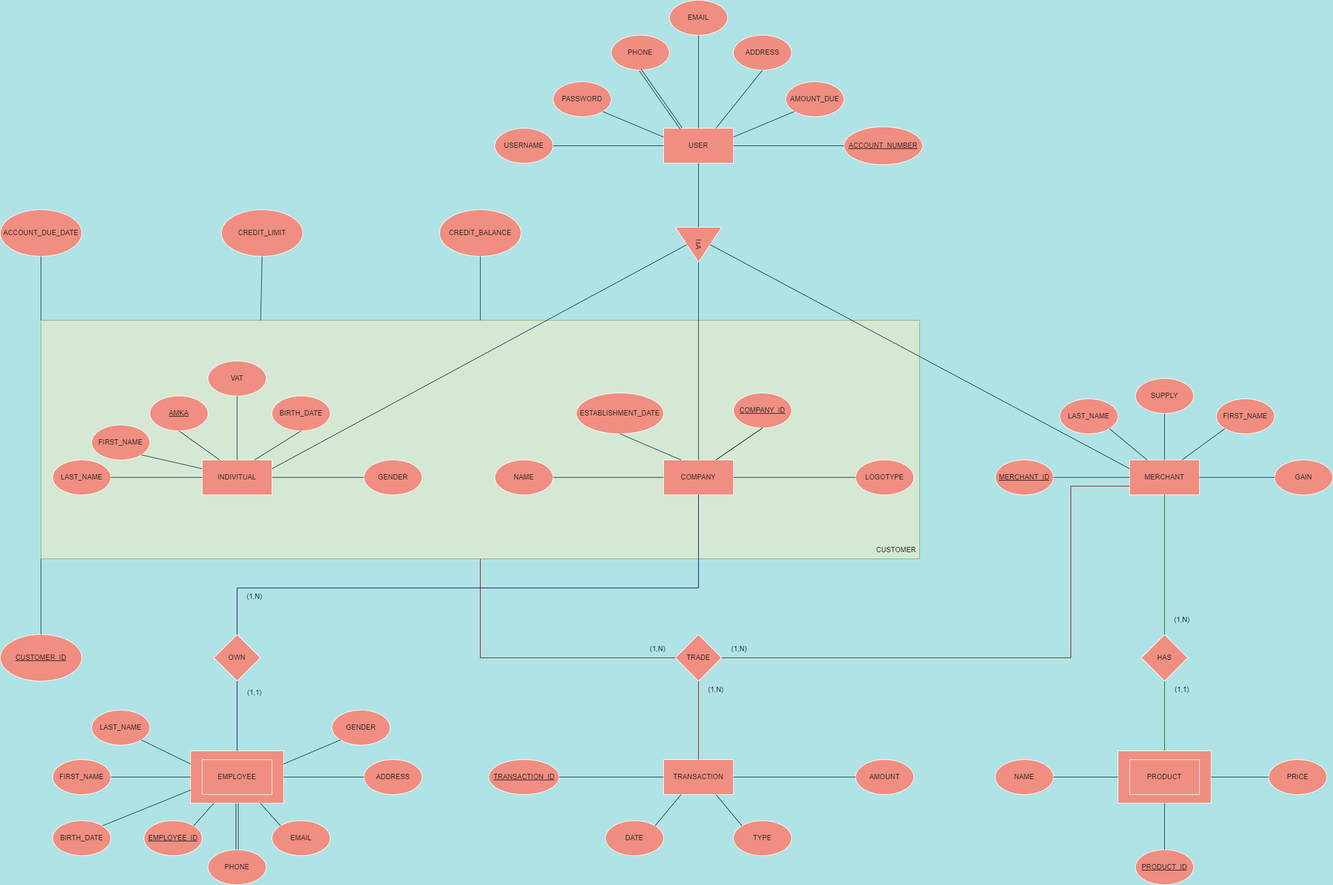
The draw.io diagram ERDiagram/diagram.png in StefVei/CCC, before a commit. Source tidied: cells renumbered, new cells last; positions are measured from the earlier drawing's top-left corner, leaving out a move shared by most shapes.
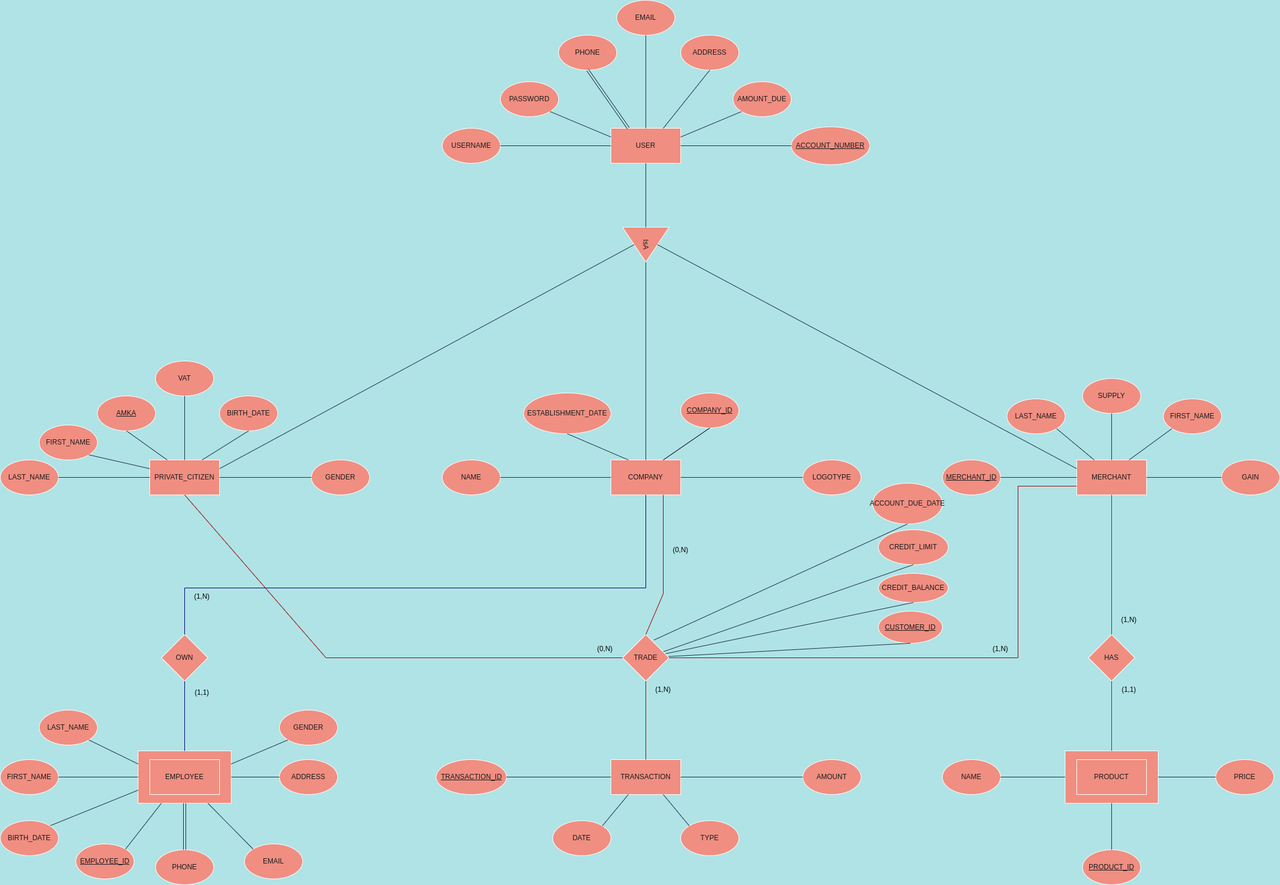
Above is the later version.

Commit message:
remove customer abstract entity

The edit, as a diff of the source:
```diff
@@ -2,13 +2,10 @@
   <root>
     <mxCell id="0" />
     <mxCell id="1" parent="0" />
-    <mxCell id="2" style="rounded=0;whiteSpace=wrap;html=1;fillColor=#d5e8d4;strokeColor=#82b366;" parent="1" vertex="1">
-      <mxGeometry x="70" y="550" width="1510" height="410" as="geometry" />
-    </mxCell>
     <mxCell id="3" value="USER" style="rounded=0;whiteSpace=wrap;html=1;fillColor=#F08E81;strokeColor=#FFFFFF;fontColor=#1A1A1A;" parent="1" vertex="1">
       <mxGeometry x="1140" y="220" width="120" height="60" as="geometry" />
     </mxCell>
-    <mxCell id="4" value="INDIVITUAL" style="rounded=0;whiteSpace=wrap;html=1;fillColor=#F08E81;strokeColor=#FFFFFF;fontColor=#1A1A1A;" parent="1" vertex="1">
+    <mxCell id="4" value="PRIVATE_CITIZEN" style="rounded=0;whiteSpace=wrap;html=1;fillColor=#F08E81;strokeColor=#FFFFFF;fontColor=#1A1A1A;" parent="1" vertex="1">
       <mxGeometry x="347" y="790" width="120" height="60" as="geometry" />
     </mxCell>
     <mxCell id="5" value="COMPANY" style="rounded=0;whiteSpace=wrap;html=1;fillColor=#F08E81;strokeColor=#FFFFFF;fontColor=#1A1A1A;" parent="1" vertex="1">
@@ -33,7 +30,7 @@
       <mxGeometry x="90" y="790" width="100" height="60" as="geometry" />
     </mxCell>
     <mxCell id="12" value="ACCOUNT_DUE_DATE" style="ellipse;whiteSpace=wrap;html=1;fillColor=#F08E81;strokeColor=#FFFFFF;fontColor=#1A1A1A;" parent="1" vertex="1">
-      <mxGeometry y="360" width="140" height="80" as="geometry" />
+      <mxGeometry x="1590" y="830" width="120" height="70" as="geometry" />
     </mxCell>
     <mxCell id="13" value="&lt;u&gt;ACCOUNT_NUMBER&lt;/u&gt;" style="ellipse;whiteSpace=wrap;html=1;fillColor=#F08E81;strokeColor=#FFFFFF;fontColor=#1A1A1A;" parent="1" vertex="1">
       <mxGeometry x="1450" y="217.5" width="135" height="65" as="geometry" />
@@ -51,7 +48,7 @@
       <mxGeometry x="90" y="1305" width="100" height="60" as="geometry" />
     </mxCell>
     <mxCell id="18" value="&lt;u&gt;EMPLOYEE_ID&lt;/u&gt;" style="ellipse;whiteSpace=wrap;html=1;fillColor=#F08E81;strokeColor=#FFFFFF;fontColor=#1A1A1A;" parent="1" vertex="1">
-      <mxGeometry x="247" y="1410" width="100" height="60" as="geometry" />
+      <mxGeometry x="220" y="1450" width="100" height="60" as="geometry" />
     </mxCell>
     <mxCell id="19" value="PHONE" style="ellipse;whiteSpace=wrap;html=1;fillColor=#F08E81;strokeColor=#FFFFFF;fontColor=#1A1A1A;" parent="1" vertex="1">
       <mxGeometry x="1050" y="60" width="100" height="60" as="geometry" />
@@ -140,9 +137,6 @@
     <mxCell id="47" style="endArrow=none;html=1;rounded=0;entryX=1;entryY=0.5;entryDx=0;entryDy=0;exitX=0;exitY=0.5;exitDx=0;exitDy=0;labelBackgroundColor=#B0E3E6;strokeColor=#182E3E;fontColor=#1A1A1A;" parent="1" edge="1" source="5" target="15">
       <mxGeometry relative="1" as="geometry" />
     </mxCell>
-    <mxCell id="48" value="CUSTOMER" style="text;html=1;strokeColor=none;fillColor=none;align=center;verticalAlign=middle;whiteSpace=wrap;rounded=0;fontColor=#1A1A1A;" parent="1" vertex="1">
-      <mxGeometry x="1510" y="930" width="60" height="30" as="geometry" />
-    </mxCell>
     <mxCell id="49" style="endArrow=none;html=1;rounded=0;entryX=0;entryY=0.5;entryDx=0;entryDy=0;exitX=1;exitY=0.5;exitDx=0;exitDy=0;labelBackgroundColor=#B0E3E6;strokeColor=#182E3E;fontColor=#1A1A1A;" parent="1" edge="1" source="3" target="13">
       <mxGeometry relative="1" as="geometry" />
     </mxCell>
@@ -150,24 +144,24 @@
       <mxGeometry relative="1" as="geometry" />
     </mxCell>
     <mxCell id="51" value="&lt;u&gt;CUSTOMER_ID&lt;/u&gt;" style="ellipse;whiteSpace=wrap;html=1;fillColor=#F08E81;strokeColor=#FFFFFF;fontColor=#1A1A1A;" parent="1" vertex="1">
-      <mxGeometry y="1090" width="140" height="80" as="geometry" />
+      <mxGeometry x="1600" y="1050" width="110" height="55" as="geometry" />
     </mxCell>
     <mxCell id="52" value="CREDIT_LIMIT" style="ellipse;whiteSpace=wrap;html=1;fillColor=#F08E81;strokeColor=#FFFFFF;fontColor=#1A1A1A;" parent="1" vertex="1">
-      <mxGeometry x="380" y="360" width="140" height="80" as="geometry" />
+      <mxGeometry x="1600" y="910" width="120" height="60" as="geometry" />
     </mxCell>
     <mxCell id="53" value="CREDIT_BALANCE" style="ellipse;whiteSpace=wrap;html=1;fillColor=#F08E81;strokeColor=#FFFFFF;fontColor=#1A1A1A;" parent="1" vertex="1">
-      <mxGeometry x="755" y="360" width="140" height="80" as="geometry" />
+      <mxGeometry x="1600" y="985" width="120" height="50" as="geometry" />
     </mxCell>
-    <mxCell id="54" style="endArrow=none;html=1;rounded=0;entryX=0.5;entryY=0;entryDx=0;entryDy=0;labelBackgroundColor=#B0E3E6;strokeColor=#182E3E;fontColor=#1A1A1A;exitX=0;exitY=1;exitDx=0;exitDy=0;" parent="1" edge="1" source="2" target="51">
+    <mxCell id="54" style="endArrow=none;html=1;rounded=0;entryX=0.5;entryY=1;entryDx=0;entryDy=0;labelBackgroundColor=#B0E3E6;strokeColor=#182E3E;fontColor=#1A1A1A;" parent="1" edge="1" source="84" target="51">
       <mxGeometry relative="1" as="geometry" />
     </mxCell>
-    <mxCell id="55" style="endArrow=none;html=1;rounded=0;entryX=0.5;entryY=1;entryDx=0;entryDy=0;exitX=0.5;exitY=0;exitDx=0;exitDy=0;labelBackgroundColor=#B0E3E6;strokeColor=#182E3E;fontColor=#1A1A1A;" parent="1" edge="1" source="2" target="53">
+    <mxCell id="55" style="endArrow=none;html=1;rounded=0;entryX=0.5;entryY=1;entryDx=0;entryDy=0;labelBackgroundColor=#B0E3E6;strokeColor=#182E3E;fontColor=#1A1A1A;" parent="1" edge="1" source="84" target="53">
       <mxGeometry relative="1" as="geometry" />
     </mxCell>
-    <mxCell id="56" style="endArrow=none;html=1;rounded=0;entryX=0.5;entryY=1;entryDx=0;entryDy=0;exitX=0.25;exitY=0;exitDx=0;exitDy=0;labelBackgroundColor=#B0E3E6;strokeColor=#182E3E;fontColor=#1A1A1A;" parent="1" edge="1" source="2" target="52">
+    <mxCell id="56" style="endArrow=none;html=1;rounded=0;entryX=0.5;entryY=1;entryDx=0;entryDy=0;labelBackgroundColor=#B0E3E6;strokeColor=#182E3E;fontColor=#1A1A1A;" parent="1" edge="1" source="84" target="52">
       <mxGeometry relative="1" as="geometry" />
     </mxCell>
-    <mxCell id="57" style="endArrow=none;html=1;rounded=0;entryX=0.5;entryY=1;entryDx=0;entryDy=0;labelBackgroundColor=#B0E3E6;strokeColor=#182E3E;fontColor=#1A1A1A;exitX=0;exitY=0;exitDx=0;exitDy=0;" parent="1" edge="1" source="2" target="12">
+    <mxCell id="57" style="endArrow=none;html=1;rounded=0;entryX=0.5;entryY=1;entryDx=0;entryDy=0;labelBackgroundColor=#B0E3E6;strokeColor=#182E3E;fontColor=#1A1A1A;exitX=0.677;exitY=0.118;exitDx=0;exitDy=0;exitPerimeter=0;" parent="1" edge="1" source="84" target="12">
       <mxGeometry relative="1" as="geometry" />
     </mxCell>
     <mxCell id="58" style="endArrow=none;html=1;rounded=0;entryX=0.5;entryY=1;entryDx=0;entryDy=0;exitX=1;exitY=0.25;exitDx=0;exitDy=0;labelBackgroundColor=#B0E3E6;strokeColor=#182E3E;fontColor=#1A1A1A;" parent="1" edge="1" source="4" target="34">
@@ -224,10 +218,10 @@
       <mxGeometry relative="1" as="geometry" />
     </mxCell>
     <mxCell id="74" value="ADDRESS" style="ellipse;whiteSpace=wrap;html=1;fillColor=#F08E81;strokeColor=#FFFFFF;fontColor=#1A1A1A;" parent="1" vertex="1">
-      <mxGeometry x="625" y="1305" width="100" height="60" as="geometry" />
+      <mxGeometry x="570" y="1305" width="100" height="60" as="geometry" />
     </mxCell>
     <mxCell id="75" value="EMAIL" style="ellipse;whiteSpace=wrap;html=1;fillColor=#F08E81;strokeColor=#FFFFFF;fontColor=#1A1A1A;" parent="1" vertex="1">
-      <mxGeometry x="467" y="1410" width="100" height="60" as="geometry" />
+      <mxGeometry x="510" y="1450" width="100" height="60" as="geometry" />
     </mxCell>
     <mxCell id="76" value="PHONE" style="ellipse;whiteSpace=wrap;html=1;fillColor=#F08E81;strokeColor=#FFFFFF;fontColor=#1A1A1A;" parent="1" vertex="1">
       <mxGeometry x="357" y="1460" width="100" height="60" as="geometry" />
@@ -256,11 +250,10 @@
     <mxCell id="84" value="TRADE" style="rhombus;whiteSpace=wrap;html=1;fillColor=#F08E81;strokeColor=#FFFFFF;fontColor=#1A1A1A;" parent="1" vertex="1">
       <mxGeometry x="1160" y="1090" width="80" height="80" as="geometry" />
     </mxCell>
-    <mxCell id="85" style="endArrow=none;html=1;rounded=0;entryX=0;entryY=0.5;entryDx=0;entryDy=0;labelBackgroundColor=#B0E3E6;strokeColor=#990000;fontColor=#1A1A1A;" parent="1" edge="1" target="84">
+    <mxCell id="85" style="endArrow=none;html=1;rounded=0;entryX=0.5;entryY=0;entryDx=0;entryDy=0;labelBackgroundColor=#B0E3E6;strokeColor=#990000;fontColor=#1A1A1A;exitX=0.75;exitY=1;exitDx=0;exitDy=0;" parent="1" edge="1" source="5" target="84">
       <mxGeometry relative="1" as="geometry">
-        <mxPoint x="825" y="960" as="sourcePoint" />
         <Array as="points">
-          <mxPoint x="825" y="1130" />
+          <mxPoint x="1230" y="1020" />
         </Array>
       </mxGeometry>
     </mxCell>
@@ -347,11 +340,11 @@
     <mxCell id="111" value="(1,1)" style="text;html=1;strokeColor=none;fillColor=none;align=center;verticalAlign=middle;whiteSpace=wrap;rounded=0;" parent="1" vertex="1">
       <mxGeometry x="407" y="1175" width="60" height="30" as="geometry" />
     </mxCell>
-    <mxCell id="112" value="(1,N)" style="text;html=1;strokeColor=none;fillColor=none;align=center;verticalAlign=middle;whiteSpace=wrap;rounded=0;" parent="1" vertex="1">
+    <mxCell id="112" value="(0,N)" style="text;html=1;strokeColor=none;fillColor=none;align=center;verticalAlign=middle;whiteSpace=wrap;rounded=0;" parent="1" vertex="1">
       <mxGeometry x="1100" y="1100" width="60" height="30" as="geometry" />
     </mxCell>
     <mxCell id="113" value="(1,N)" style="text;html=1;strokeColor=none;fillColor=none;align=center;verticalAlign=middle;whiteSpace=wrap;rounded=0;" parent="1" vertex="1">
-      <mxGeometry x="1240" y="1100" width="60" height="30" as="geometry" />
+      <mxGeometry x="1780" y="1100" width="60" height="30" as="geometry" />
     </mxCell>
     <mxCell id="114" value="(1,N)" style="text;html=1;strokeColor=none;fillColor=none;align=center;verticalAlign=middle;whiteSpace=wrap;rounded=0;" parent="1" vertex="1">
       <mxGeometry x="1200" y="1170" width="60" height="30" as="geometry" />
@@ -368,5 +361,15 @@
     <mxCell id="118" style="endArrow=none;html=1;rounded=0;entryX=0.5;entryY=1;entryDx=0;entryDy=0;exitX=0.75;exitY=0;exitDx=0;exitDy=0;" parent="1" edge="1" source="5" target="117">
       <mxGeometry relative="1" as="geometry" />
     </mxCell>
+    <mxCell id="119" style="endArrow=none;html=1;rounded=0;entryX=1;entryY=1;entryDx=0;entryDy=0;labelBackgroundColor=#B0E3E6;strokeColor=#990000;fontColor=#1A1A1A;exitX=0.5;exitY=1;exitDx=0;exitDy=0;" parent="1" edge="1" source="4" target="112">
+      <mxGeometry relative="1" as="geometry">
+        <Array as="points">
+          <mxPoint x="650" y="1130" />
+        </Array>
+      </mxGeometry>
+    </mxCell>
+    <mxCell id="120" value="(0,N)" style="text;html=1;strokeColor=none;fillColor=none;align=center;verticalAlign=middle;whiteSpace=wrap;rounded=0;" parent="1" vertex="1">
+      <mxGeometry x="1230" y="930" width="60" height="30" as="geometry" />
+    </mxCell>
   </root>
 </mxGraphModel>
```
